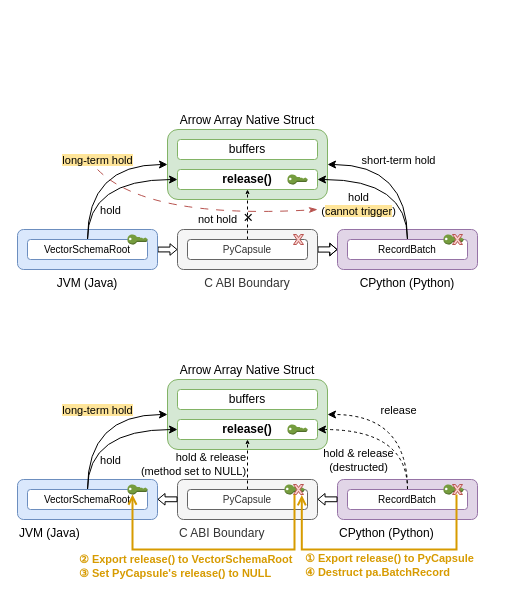
The draw.io diagram page "transfer-owner" (6 of 11) of grad.drawio in shinyano/drawio, before the edit. Source tidied: cells renumbered, new cells numbered last; positions are measured from the earlier drawing's top-left corner, leaving out a move shared by most shapes. Both pictures are drawn from the tidied source at 100%, with x=0, y=0 at pixel (17, 129).
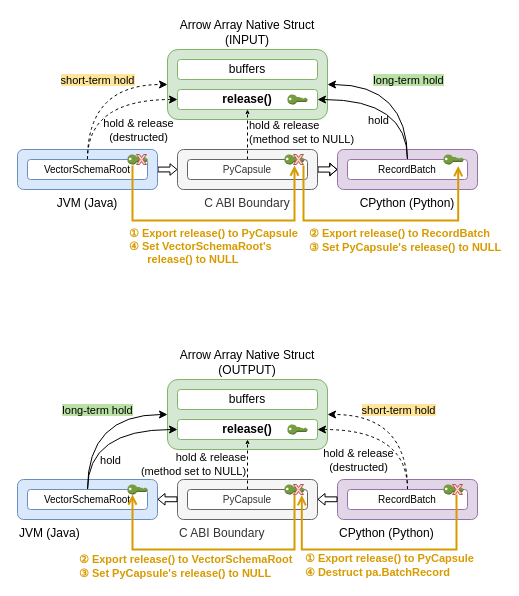
The same page after the edit.

Unchanged cells that the change refers to:
```xml
<mxCell id="16" style="edgeStyle=orthogonalEdgeStyle;rounded=0;jettySize=auto;html=1;exitX=0.5;exitY=0;exitDx=0;exitDy=0;entryX=0.5;entryY=1;entryDx=0;entryDy=0;dashed=1;endSize=2;jumpStyle=gap;" parent="1" edge="1" source="18" target="4">
  <mxGeometry relative="1" as="geometry" />
</mxCell>
<mxCell id="21" style="edgeStyle=orthogonalEdgeStyle;rounded=0;jettySize=auto;html=1;exitX=0.5;exitY=0;exitDx=0;exitDy=0;entryX=1;entryY=0.5;entryDx=0;entryDy=0;curved=1;" parent="1" edge="1" source="25" target="2">
  <mxGeometry relative="1" as="geometry" />
</mxCell>
<mxCell id="23" style="edgeStyle=orthogonalEdgeStyle;rounded=0;jettySize=auto;html=1;exitX=0.5;exitY=0;exitDx=0;exitDy=0;entryX=1;entryY=0.5;entryDx=0;entryDy=0;curved=1;" parent="1" edge="1" source="25" target="4">
  <mxGeometry relative="1" as="geometry" />
</mxCell>
<mxCell id="34" style="edgeStyle=orthogonalEdgeStyle;rounded=0;jettySize=auto;html=1;exitX=0.5;exitY=0;exitDx=0;exitDy=0;entryX=0;entryY=0.5;entryDx=0;entryDy=0;curved=1;" parent="1" edge="1" source="38" target="29">
  <mxGeometry relative="1" as="geometry" />
</mxCell>
<mxCell id="45" style="edgeStyle=orthogonalEdgeStyle;rounded=0;jettySize=auto;html=1;exitX=0.5;exitY=0;exitDx=0;exitDy=0;entryX=1;entryY=0.5;entryDx=0;entryDy=0;curved=1;dashed=1;" parent="1" edge="1" source="49" target="29">
  <mxGeometry relative="1" as="geometry" />
</mxCell>
```

What changed in the source:
```diff
@@
-    <mxCell id="2" value="Arrow Array Native Struct" style="rounded=1;whiteSpace=wrap;html=1;labelPosition=center;verticalLabelPosition=top;align=center;verticalAlign=bottom;fillColor=#d5e8d4;strokeColor=#82b366;" parent="1" vertex="1">
-      <mxGeometry x="150" width="160" height="70" as="geometry" />
+    <mxCell id="2" value="Arrow Array Native Struct (INPUT)" style="rounded=1;whiteSpace=wrap;html=1;labelPosition=center;verticalLabelPosition=top;align=center;verticalAlign=bottom;fillColor=#d5e8d4;strokeColor=#82b366;" parent="1" vertex="1">
+      <mxGeometry x="150" y="-80" width="160" height="70" as="geometry" />
     </mxCell>
     <mxCell id="3" value="buffers" style="rounded=1;whiteSpace=wrap;html=1;fillColor=default;strokeColor=#82b366;" parent="1" vertex="1">
-      <mxGeometry x="160" y="10" width="140" height="20" as="geometry" />
+      <mxGeometry x="160" y="-70" width="140" height="20" as="geometry" />
     </mxCell>
     <mxCell id="4" value="release()" style="rounded=1;whiteSpace=wrap;html=1;fillColor=default;strokeColor=#82b366;fontStyle=1;" parent="1" vertex="1">
-      <mxGeometry x="160" y="40" width="140" height="20" as="geometry" />
+      <mxGeometry x="160" y="-40" width="140" height="20" as="geometry" />
     </mxCell>
     <mxCell id="5" style="dashed=0;verticalLabelPosition=bottom;verticalAlign=top;align=center;html=1;shape=mxgraph.aws3.add_on;fillColor=#759C3E;gradientColor=none;" parent="1" vertex="1">
-      <mxGeometry x="270" y="45" width="20" height="10" as="geometry" />
+      <mxGeometry x="270" y="-35" width="20" height="10" as="geometry" />
     </mxCell>
@@
     <mxCell id="7" value="JVM (Java)" style="rounded=1;whiteSpace=wrap;html=1;verticalAlign=top;labelPosition=center;verticalLabelPosition=bottom;align=center;fillColor=#dae8fc;strokeColor=#6c8ebf;" parent="1" vertex="1">
-      <mxGeometry y="100" width="140" height="40" as="geometry" />
+      <mxGeometry y="20" width="140" height="40" as="geometry" />
     </mxCell>
-    <mxCell id="8" style="edgeStyle=orthogonalEdgeStyle;rounded=0;jettySize=auto;html=1;exitX=0.5;exitY=0;exitDx=0;exitDy=0;entryX=0;entryY=0.5;entryDx=0;entryDy=0;curved=1;" parent="1" edge="1" source="12" target="2">
+    <mxCell id="8" style="edgeStyle=orthogonalEdgeStyle;rounded=0;jettySize=auto;html=1;exitX=0.5;exitY=0;exitDx=0;exitDy=0;entryX=0;entryY=0.5;entryDx=0;entryDy=0;curved=1;dashed=1;" parent="1" edge="1" source="12" target="2">
       <mxGeometry relative="1" as="geometry" />
     </mxCell>
-    <mxCell id="9" value="&lt;span style=&quot;background-color: rgb(255, 229, 153);&quot;&gt;long-term hold&lt;/span&gt;" style="edgeLabel;html=1;align=center;verticalAlign=middle;labelBackgroundColor=none;" parent="8" vertex="1">
+    <mxCell id="9" value="&lt;span style=&quot;background-color: rgb(255, 229, 153);&quot;&gt;short-term hold&lt;/span&gt;" style="edgeLabel;html=1;align=center;verticalAlign=middle;labelBackgroundColor=none;" parent="8" vertex="1">
       <mxGeometry x="0.32" y="-18" relative="1" as="geometry">
         <mxPoint x="-18" y="-23" as="offset" />
       </mxGeometry>
     </mxCell>
-    <mxCell id="10" style="edgeStyle=orthogonalEdgeStyle;rounded=0;jettySize=auto;html=1;exitX=0.5;exitY=0;exitDx=0;exitDy=0;entryX=0;entryY=0.5;entryDx=0;entryDy=0;curved=1;" parent="1" edge="1" source="12" target="4">
+    <mxCell id="10" style="edgeStyle=orthogonalEdgeStyle;rounded=0;jettySize=auto;html=1;exitX=0.5;exitY=0;exitDx=0;exitDy=0;entryX=0;entryY=0.5;entryDx=0;entryDy=0;curved=1;dashed=1;" parent="1" edge="1" source="12" target="4">
       <mxGeometry relative="1" as="geometry" />
     </mxCell>
-    <mxCell id="11" value="hold" style="edgeLabel;html=1;align=center;verticalAlign=middle;" parent="10" vertex="1">
+    <mxCell id="11" value="&lt;span style=&quot;&quot;&gt;hold &amp;amp; release&lt;/span&gt;&lt;div style=&quot;&quot;&gt;(destructed)&lt;/div&gt;" style="edgeLabel;html=1;align=center;verticalAlign=middle;labelBackgroundColor=none;" parent="10" vertex="1">
       <mxGeometry x="0.52" y="-6" relative="1" as="geometry">
-        <mxPoint x="-32" y="24" as="offset" />
+        <mxPoint x="-4" y="24" as="offset" />
       </mxGeometry>
     </mxCell>
     <mxCell id="12" value="VectorSchemaRoot" style="rounded=1;whiteSpace=wrap;html=1;fillColor=default;strokeColor=#6c8ebf;fontSize=10;" parent="1" vertex="1">
-      <mxGeometry x="10" y="110" width="120" height="20" as="geometry" />
+      <mxGeometry x="10" y="30" width="120" height="20" as="geometry" />
     </mxCell>
     <mxCell id="13" style="dashed=0;verticalLabelPosition=bottom;verticalAlign=top;align=center;html=1;shape=mxgraph.aws3.add_on;fillColor=#759C3E;gradientColor=none;" parent="1" vertex="1">
-      <mxGeometry x="110" y="105" width="20" height="10" as="geometry" />
+      <mxGeometry x="110" y="25" width="20" height="10" as="geometry" />
     </mxCell>
@@
     <mxCell id="15" value="C ABI Boundary" style="rounded=1;whiteSpace=wrap;html=1;fillColor=#f5f5f5;fontColor=#333333;strokeColor=#666666;labelPosition=center;verticalLabelPosition=bottom;align=center;verticalAlign=top;" parent="1" vertex="1">
-      <mxGeometry x="160" y="100" width="140" height="40" as="geometry" />
+      <mxGeometry x="160" y="20" width="140" height="40" as="geometry" />
     </mxCell>
@@
-    <mxCell id="17" value="not hold&amp;nbsp; &lt;font style=&quot;font-size: 17px;&quot;&gt;×&lt;/font&gt;" style="edgeLabel;html=1;align=center;verticalAlign=middle;labelBackgroundColor=none;" parent="16" vertex="1">
+    <mxCell id="17" value="&lt;div style=&quot;&quot;&gt;&lt;span style=&quot;background-color: transparent; color: light-dark(rgb(0, 0, 0), rgb(255, 255, 255));&quot;&gt;hold &amp;amp; release&lt;/span&gt;&lt;/div&gt;&lt;div&gt;(method set to NULL)&lt;/div&gt;" style="edgeLabel;html=1;align=left;verticalAlign=middle;labelBackgroundColor=none;" parent="16" vertex="1">
       <mxGeometry x="0.02" y="-3" relative="1" as="geometry">
-        <mxPoint x="-26" y="4" as="offset" />
+        <mxPoint x="-3" y="-2" as="offset" />
       </mxGeometry>
     </mxCell>
     <mxCell id="18" value="PyCapsule" style="rounded=1;whiteSpace=wrap;html=1;fillColor=default;strokeColor=#666666;fontSize=10;fontColor=#333333;" parent="1" vertex="1">
-      <mxGeometry x="170" y="110" width="120" height="20" as="geometry" />
+      <mxGeometry x="170" y="30" width="120" height="20" as="geometry" />
     </mxCell>
+    <mxCell id="60" style="dashed=0;verticalLabelPosition=bottom;verticalAlign=top;align=center;html=1;shape=mxgraph.aws3.add_on;fillColor=#759C3E;gradientColor=none;" parent="1" vertex="1">
+      <mxGeometry x="267" y="25" width="20" height="10" as="geometry" />
+    </mxCell>
     <mxCell id="19" style="verticalLabelPosition=bottom;verticalAlign=top;html=1;shape=mxgraph.basic.x;fillColor=#f8cecc;strokeColor=#b85450;" parent="1" vertex="1">
-      <mxGeometry x="276" y="105" width="10" height="10" as="geometry" />
+      <mxGeometry x="276" y="25" width="10" height="10" as="geometry" />
     </mxCell>
     <mxCell id="20" value="CPython (Python)" style="rounded=1;whiteSpace=wrap;html=1;fillColor=#e1d5e7;strokeColor=#9673a6;labelPosition=center;verticalLabelPosition=bottom;align=center;verticalAlign=top;" parent="1" vertex="1">
-      <mxGeometry x="320" y="100" width="140" height="40" as="geometry" />
+      <mxGeometry x="320" y="20" width="140" height="40" as="geometry" />
     </mxCell>
@@
-    <mxCell id="22" value="short-term hold" style="edgeLabel;html=1;align=center;verticalAlign=middle;labelBackgroundColor=none;" parent="21" vertex="1">
-      <mxGeometry x="0.25" y="11" relative="1" as="geometry">
-        <mxPoint x="12" y="-16" as="offset" />
-      </mxGeometry>
-    </mxCell>
@@
-    <mxCell id="24" value="hold&lt;div&gt;(&lt;span style=&quot;background-color: rgb(255, 229, 153);&quot;&gt;cannot trigger&lt;/span&gt;)&lt;/div&gt;" style="edgeLabel;html=1;align=center;verticalAlign=middle;labelBackgroundColor=none;" parent="23" vertex="1">
+    <mxCell id="24" value="hold" style="edgeLabel;html=1;align=center;verticalAlign=middle;labelBackgroundColor=none;" parent="23" vertex="1">
       <mxGeometry x="0.26" y="12" relative="1" as="geometry">
-        <mxPoint x="-15" y="12" as="offset" />
+        <mxPoint x="5" y="8" as="offset" />
       </mxGeometry>
     </mxCell>
     <mxCell id="25" value="RecordBatch" style="rounded=1;whiteSpace=wrap;html=1;fillColor=default;strokeColor=#9673a6;fontSize=10;" parent="1" vertex="1">
-      <mxGeometry x="330" y="110" width="120" height="20" as="geometry" />
+      <mxGeometry x="330" y="30" width="120" height="20" as="geometry" />
     </mxCell>
     <mxCell id="26" style="dashed=0;verticalLabelPosition=bottom;verticalAlign=top;align=center;html=1;shape=mxgraph.aws3.add_on;fillColor=#759C3E;gradientColor=none;" parent="1" vertex="1">
-      <mxGeometry x="426" y="105" width="20" height="10" as="geometry" />
+      <mxGeometry x="426" y="25" width="20" height="10" as="geometry" />
     </mxCell>
     <mxCell id="27" style="verticalLabelPosition=bottom;verticalAlign=top;html=1;shape=mxgraph.basic.x;fillColor=#f8cecc;strokeColor=#b85450;" parent="1" vertex="1">
-      <mxGeometry x="435" y="105" width="10" height="10" as="geometry" />
+      <mxGeometry x="119" y="25" width="10" height="10" as="geometry" />
     </mxCell>
-    <mxCell id="28" style="endArrow=classicThin;html=1;rounded=0;dashed=1;dashPattern=8 8;curved=1;endFill=1;endSize=6;fillColor=#f8cecc;strokeColor=#b85450;" parent="1" edge="1">
-      <mxGeometry relative="1" as="geometry">
-        <mxPoint x="80" y="40" as="sourcePoint" />
-        <mxPoint x="300" y="80" as="targetPoint" />
-        <Array as="points">
-          <mxPoint x="130" y="90" />
-        </Array>
-      </mxGeometry>
-    </mxCell>
-    <mxCell id="29" value="Arrow Array Native Struct" style="rounded=1;whiteSpace=wrap;html=1;labelPosition=center;verticalLabelPosition=top;align=center;verticalAlign=bottom;fillColor=#d5e8d4;strokeColor=#82b366;" parent="1" vertex="1">
+    <mxCell id="29" value="Arrow Array Native Struct&lt;div&gt;(OUTPUT)&lt;/div&gt;" style="rounded=1;whiteSpace=wrap;html=1;labelPosition=center;verticalLabelPosition=top;align=center;verticalAlign=bottom;fillColor=#d5e8d4;strokeColor=#82b366;" parent="1" vertex="1">
       <mxGeometry x="150" y="250" width="160" height="70" as="geometry" />
     </mxCell>
@@
-    <mxCell id="35" value="&lt;span style=&quot;background-color: rgb(255, 229, 153);&quot;&gt;long-term hold&lt;/span&gt;" style="edgeLabel;html=1;align=center;verticalAlign=middle;labelBackgroundColor=none;" parent="34" vertex="1">
+    <mxCell id="35" value="&lt;span style=&quot;background-color: rgb(185, 224, 165);&quot;&gt;long-term hold&lt;/span&gt;" style="edgeLabel;html=1;align=center;verticalAlign=middle;labelBackgroundColor=none;" parent="34" vertex="1">
       <mxGeometry x="0.32" y="-18" relative="1" as="geometry">
         <mxPoint x="-18" y="-23" as="offset" />
       </mxGeometry>
     </mxCell>
@@
-    <mxCell id="46" value="release" style="edgeLabel;html=1;align=center;verticalAlign=middle;labelBackgroundColor=none;" parent="45" vertex="1">
+    <mxCell id="46" value="&lt;span style=&quot;background-color: rgb(255, 229, 153);&quot;&gt;short-term hold&lt;/span&gt;" style="edgeLabel;html=1;align=center;verticalAlign=middle;labelBackgroundColor=none;" parent="45" vertex="1">
       <mxGeometry x="0.25" y="11" relative="1" as="geometry">
         <mxPoint x="12" y="-16" as="offset" />
       </mxGeometry>
     </mxCell>
@@
+    <mxCell id="61" value="&lt;span style=&quot;background-color: rgb(185, 224, 165);&quot;&gt;long-term hold&lt;/span&gt;" style="edgeLabel;html=1;align=center;verticalAlign=middle;labelBackgroundColor=none;" parent="1" vertex="1">
+      <mxGeometry x="390" y="-50" as="geometry" />
+    </mxCell>
+    <mxCell id="62" style="edgeStyle=orthogonalEdgeStyle;rounded=0;orthogonalLoop=1;jettySize=auto;html=1;entryX=0.25;entryY=1;entryDx=0;entryDy=0;entryPerimeter=0;strokeWidth=2;fillColor=#ffe6cc;strokeColor=#d79b00;endArrow=open;endFill=0;" parent="1" edge="1">
+      <mxGeometry relative="1" as="geometry">
+        <mxPoint x="115" y="36" as="sourcePoint" />
+        <mxPoint x="277" y="36" as="targetPoint" />
+        <Array as="points">
+          <mxPoint x="115" y="91" />
+          <mxPoint x="277" y="91" />
+        </Array>
+      </mxGeometry>
+    </mxCell>
+    <mxCell id="63" style="edgeStyle=orthogonalEdgeStyle;rounded=0;orthogonalLoop=1;jettySize=auto;html=1;entryX=0.43;entryY=1.057;entryDx=0;entryDy=0;entryPerimeter=0;strokeWidth=2;fillColor=#ffe6cc;strokeColor=#D79B00;exitX=0;exitY=1;exitDx=0;exitDy=0;exitPerimeter=0;endArrow=open;endFill=0;" parent="1" edge="1">
+      <mxGeometry relative="1" as="geometry">
+        <mxPoint x="286" y="36" as="sourcePoint" />
+        <mxPoint x="440.7" y="36.6" as="targetPoint" />
+        <Array as="points">
+          <mxPoint x="286" y="91" />
+          <mxPoint x="441" y="91" />
+        </Array>
+      </mxGeometry>
+    </mxCell>
+    <mxCell id="64" value="① Export release() to PyCapsule&lt;div&gt;④&amp;nbsp;&lt;span style=&quot;background-color: transparent; color: light-dark(rgb(215, 155, 0), rgb(153, 101, 0));&quot;&gt;Set&amp;nbsp;&lt;/span&gt;VectorSchemaRoot&lt;span style=&quot;background-color: transparent; color: light-dark(rgb(215, 155, 0), rgb(153, 101, 0));&quot;&gt;'s&amp;nbsp;&lt;/span&gt;&lt;/div&gt;&lt;div&gt;&lt;span style=&quot;background-color: transparent; color: light-dark(rgb(215, 155, 0), rgb(153, 101, 0));&quot;&gt;&amp;nbsp; &amp;nbsp; &amp;nbsp;&lt;/span&gt;&lt;span style=&quot;background-color: transparent; color: light-dark(rgb(215, 155, 0), rgb(153, 101, 0));&quot;&gt;&amp;nbsp;&lt;/span&gt;&lt;span style=&quot;background-color: transparent; color: light-dark(rgb(215, 155, 0), rgb(153, 101, 0));&quot;&gt;release()&amp;nbsp;&lt;/span&gt;&lt;span style=&quot;background-color: transparent; color: light-dark(rgb(215, 155, 0), rgb(153, 101, 0));&quot;&gt;to NULL&lt;/span&gt;&lt;/div&gt;" style="edgeLabel;html=1;align=left;verticalAlign=middle;labelBackgroundColor=none;fontColor=#D79B00;fontStyle=1;" parent="1" vertex="1">
+      <mxGeometry x="110" y="116" as="geometry" />
+    </mxCell>
+    <mxCell id="65" value="② Export release() to&amp;nbsp;RecordBatch&lt;br&gt;&lt;div&gt;&lt;span style=&quot;background-color: transparent; color: light-dark(rgb(215, 155, 0), rgb(153, 101, 0));&quot;&gt;③&lt;/span&gt;&amp;nbsp;Set PyCapsule's release() to NULL&lt;/div&gt;" style="edgeLabel;html=1;align=left;verticalAlign=middle;labelBackgroundColor=none;fontColor=#D79B00;fontStyle=1;" parent="1" vertex="1">
+      <mxGeometry x="290" y="110" as="geometry" />
+    </mxCell>
```
